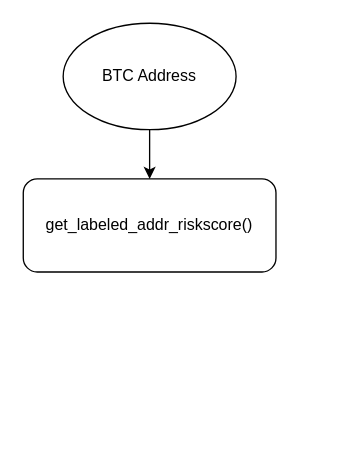
Above: bigdata-study/计算风险分.drawio in cxinping/bigdata (draw.io), before the change. Source tidied: cells renumbered, new cells numbered last; positions are measured from the earlier drawing's top-left corner, leaving out a move shared by most shapes. Both pictures are drawn from the tidied source at 133%, with x=0, y=0 at pixel (23, 23).
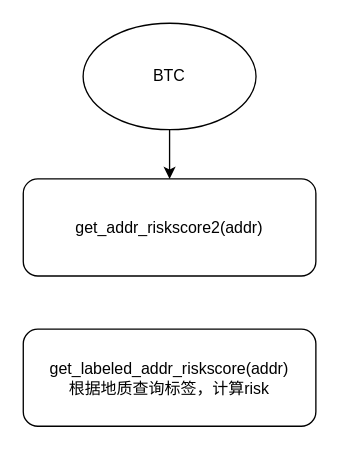
Above is the later version.

Commit message (it also covers changes not shown here):
Update 计算风险分.drawio

What changed in the source:
```diff
@@
 <mxGraphModel>
   <root>
     <mxCell id="0" />
     <mxCell id="1" parent="0" />
-    <mxCell id="2" value="BTC Address" style="ellipse;whiteSpace=wrap;html=1;" parent="1" vertex="1">
-      <mxGeometry x="30" width="130" height="80" as="geometry" />
+    <mxCell id="2" value="BTC " style="ellipse;whiteSpace=wrap;html=1;" parent="1" vertex="1">
+      <mxGeometry x="45" width="130" height="80" as="geometry" />
     </mxCell>
-    <mxCell id="3" value="get_labeled_addr_riskscore()" style="rounded=1;whiteSpace=wrap;html=1;" parent="1" vertex="1">
-      <mxGeometry y="117" width="190" height="70" as="geometry" />
+    <mxCell id="3" value="get_addr_riskscore2(addr)" style="rounded=1;whiteSpace=wrap;html=1;" parent="1" vertex="1">
+      <mxGeometry y="117" width="220" height="73" as="geometry" />
     </mxCell>
     <mxCell id="4" style="endArrow=classic;html=1;exitX=0.5;exitY=1;exitDx=0;exitDy=0;entryX=0.5;entryY=0;entryDx=0;entryDy=0;" parent="1" edge="1" source="2" target="3">
       <mxGeometry relative="1" as="geometry" />
     </mxCell>
+    <mxCell id="5" value="get_labeled_addr_riskscore(addr)&lt;br&gt;根据地质查询标签，计算risk" style="rounded=1;whiteSpace=wrap;html=1;" parent="1" vertex="1">
+      <mxGeometry y="230" width="220" height="73" as="geometry" />
+    </mxCell>
   </root>
 </mxGraphModel>
```
